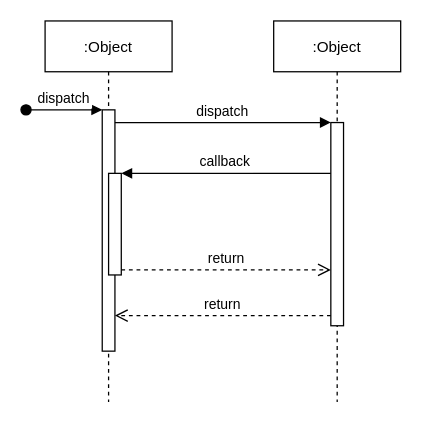
paopaosecret/resources keeps this draw.io diagram as diagrams/TRTC-API-EXAMPLE.drawio. Above is the earlier version. Source tidied: cells renumbered, new cells numbered last; positions are measured from the earlier drawing's top-left corner, leaving out a move shared by most shapes. Both pictures are drawn from the tidied source at 127%, with x=0, y=0 at pixel (25, 20).
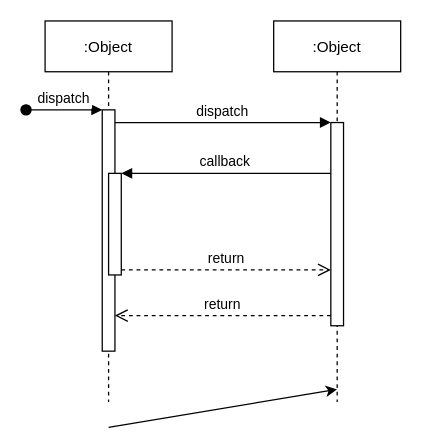
Above is the later version.

Change to the diagram source:
```diff
@@
 <mxGraphModel>
   <root>
     <mxCell id="0" />
     <mxCell id="1" parent="0" />
     <mxCell id="2" value=":Object" style="shape=umlLifeline;perimeter=lifelinePerimeter;rounded=0;shadow=0;strokeWidth=1;" parent="1" vertex="1">
       <mxGeometry x="15" width="100" height="300" as="geometry" />
     </mxCell>
     <mxCell id="3" style="points=[];perimeter=orthogonalPerimeter;rounded=0;shadow=0;strokeWidth=1;" parent="2" vertex="1">
       <mxGeometry x="45" y="70" width="10" height="190" as="geometry" />
     </mxCell>
     <mxCell id="4" value="dispatch" style="verticalAlign=bottom;startArrow=oval;endArrow=block;startSize=8;shadow=0;strokeWidth=1;" parent="2" edge="1" target="3">
       <mxGeometry relative="1" as="geometry">
         <mxPoint x="-15" y="70" as="sourcePoint" />
       </mxGeometry>
     </mxCell>
     <mxCell id="5" style="points=[];perimeter=orthogonalPerimeter;rounded=0;shadow=0;strokeWidth=1;" parent="2" vertex="1">
       <mxGeometry x="50" y="120" width="10" height="80" as="geometry" />
     </mxCell>
+    <mxCell id="12" style="endArrow=classic;html=1;entryX=0.5;entryY=0.967;entryDx=0;entryDy=0;entryPerimeter=0;" parent="2" edge="1" target="6">
+      <mxGeometry relative="1" as="geometry">
+        <mxPoint x="50" y="320" as="sourcePoint" />
+      </mxGeometry>
+    </mxCell>
     <mxCell id="6" value=":Object" style="shape=umlLifeline;perimeter=lifelinePerimeter;rounded=0;shadow=0;strokeWidth=1;" parent="1" vertex="1">
       <mxGeometry x="195" width="100" height="300" as="geometry" />
     </mxCell>
     <mxCell id="7" style="points=[];perimeter=orthogonalPerimeter;rounded=0;shadow=0;strokeWidth=1;" parent="6" vertex="1">
       <mxGeometry x="45" y="80" width="10" height="160" as="geometry" />
     </mxCell>
     <mxCell id="8" value="return" style="verticalAlign=bottom;endArrow=open;dashed=1;endSize=8;exitX=0;exitY=0.95;shadow=0;strokeWidth=1;" parent="1" edge="1" source="7" target="3">
       <mxGeometry relative="1" as="geometry" />
     </mxCell>
     <mxCell id="9" value="dispatch" style="verticalAlign=bottom;endArrow=block;entryX=0;entryY=0;shadow=0;strokeWidth=1;" parent="1" edge="1" source="3" target="7">
       <mxGeometry relative="1" as="geometry" />
     </mxCell>
     <mxCell id="10" value="callback" style="verticalAlign=bottom;endArrow=block;entryX=1;entryY=0;shadow=0;strokeWidth=1;" parent="1" edge="1" source="7" target="5">
       <mxGeometry relative="1" as="geometry" />
     </mxCell>
     <mxCell id="11" value="return" style="verticalAlign=bottom;endArrow=open;dashed=1;endSize=8;exitX=1;exitY=0.95;shadow=0;strokeWidth=1;" parent="1" edge="1" source="5" target="7">
       <mxGeometry relative="1" as="geometry" />
     </mxCell>
   </root>
 </mxGraphModel>
```
